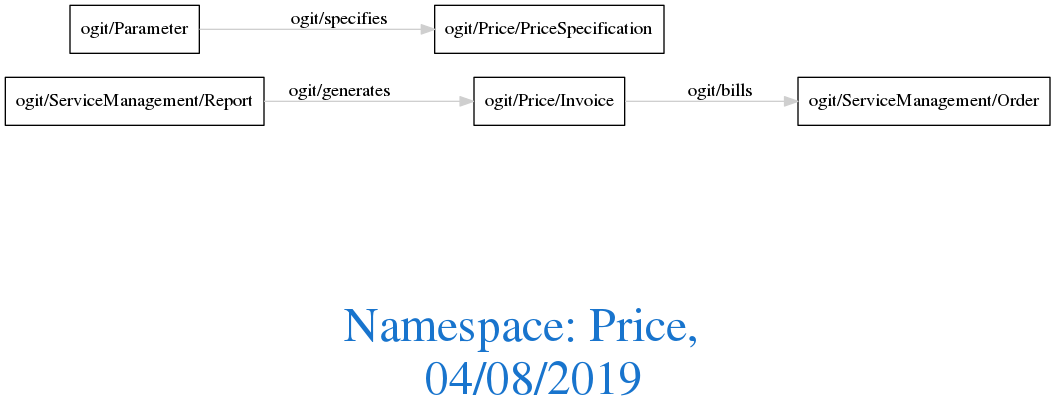
Above: downloads/Price.png in arago/OGIT (Graphviz), before the change. Its source is kept beside it as downloads/Price.dot. Its diagram source:
```dot
digraph OGIT_ontology {
 graph [ rankdir= LR,fontsize = 36,
fontcolor= dodgerblue3,label = "\n\n\nNamespace: Price, \n 04/08/2019"];
node[shape=polygon];
edge [  color="gray81"];

   "ogit/Price/Invoice" -> "ogit/ServiceManagement/Order" [label="ogit/bills    "];
   "ogit/ServiceManagement/Report" -> "ogit/Price/Invoice" [label="ogit/generates    "];
   "ogit/Parameter" -> "ogit/Price/PriceSpecification" [label="ogit/specifies    "];
}
```
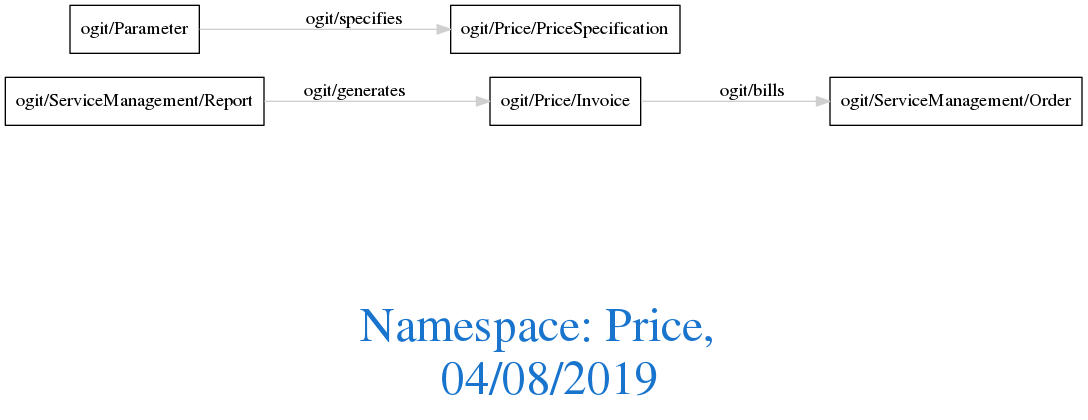
The same file after the commit.

Change to the diagram source:
```diff
@@ -1,10 +1,11 @@
 digraph OGIT_ontology {
- graph [ rankdir= LR,fontsize = 36,
+ graph [ rankdir= LR,compound=true
+fontsize = 36,
 fontcolor= dodgerblue3,label = "\n\n\nNamespace: Price, \n 04/08/2019"];
 node[shape=polygon];
 edge [  color="gray81"];
 
-   "ogit/Price/Invoice" -> "ogit/ServiceManagement/Order" [label="ogit/bills    "];
-   "ogit/ServiceManagement/Report" -> "ogit/Price/Invoice" [label="ogit/generates    "];
-   "ogit/Parameter" -> "ogit/Price/PriceSpecification" [label="ogit/specifies    "];
+   "ogit/Price/Invoice" -> "ogit/ServiceManagement/Order" [label="   ogit/bills    "];
+   "ogit/ServiceManagement/Report" -> "ogit/Price/Invoice" [label="   ogit/generates    "];
+   "ogit/Parameter" -> "ogit/Price/PriceSpecification" [label="   ogit/specifies    "];
 }
```
